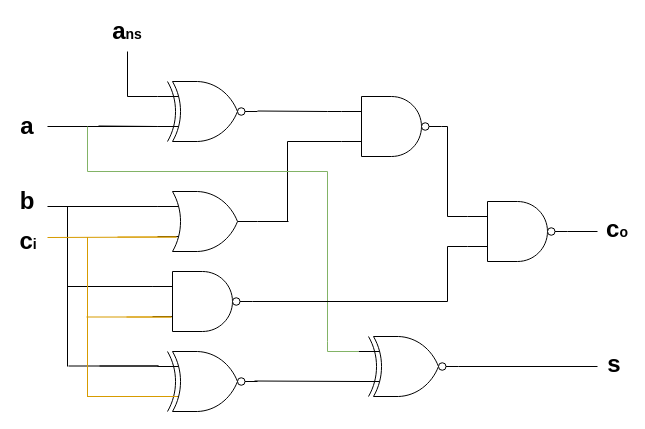
This is page "Page-3" (3 of 3) of Ex1/Mimushim.drawio from monty6400/NumEx1, a draw.io file, before an edit. Source tidied: cells renumbered, new cells numbered last; positions are measured from the earlier drawing's top-left corner, leaving out a move shared by most shapes. Both pictures are drawn from the tidied source at 100%, with x=0, y=0 at pixel (17, 21).
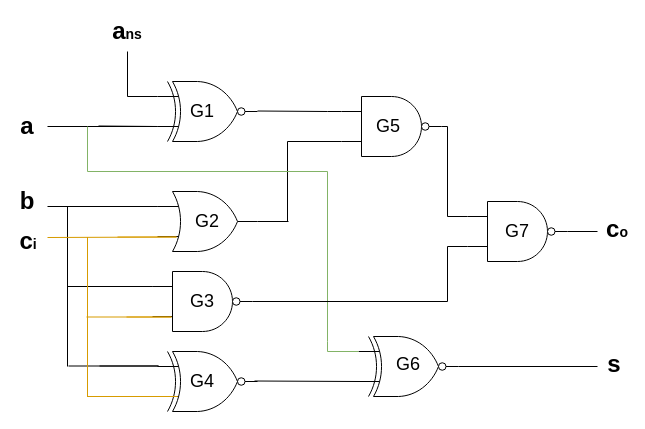
The same diagram, later.

Commit message:
Added gate names

The edit, as a diff of the source:
```diff
@@
+    <mxCell id="35" value="&lt;font style=&quot;font-size: 18px;&quot;&gt;G1&lt;/font&gt;" style="text;strokeColor=none;align=center;fillColor=none;html=1;verticalAlign=middle;whiteSpace=wrap;rounded=0;" parent="1" vertex="1">
+      <mxGeometry x="155" y="75" width="60" height="30" as="geometry" />
+    </mxCell>
+    <mxCell id="36" value="&lt;font style=&quot;font-size: 18px;&quot;&gt;G2&lt;/font&gt;" style="text;strokeColor=none;align=center;fillColor=none;html=1;verticalAlign=middle;whiteSpace=wrap;rounded=0;" parent="1" vertex="1">
+      <mxGeometry x="160" y="185" width="60" height="30" as="geometry" />
+    </mxCell>
+    <mxCell id="37" value="&lt;font style=&quot;font-size: 18px;&quot;&gt;G3&lt;/font&gt;" style="text;strokeColor=none;align=center;fillColor=none;html=1;verticalAlign=middle;whiteSpace=wrap;rounded=0;" parent="1" vertex="1">
+      <mxGeometry x="155" y="265" width="60" height="30" as="geometry" />
+    </mxCell>
+    <mxCell id="38" value="&lt;font style=&quot;font-size: 18px;&quot;&gt;G4&lt;br&gt;&lt;/font&gt;" style="text;strokeColor=none;align=center;fillColor=none;html=1;verticalAlign=middle;whiteSpace=wrap;rounded=0;" parent="1" vertex="1">
+      <mxGeometry x="155" y="345" width="60" height="30" as="geometry" />
+    </mxCell>
+    <mxCell id="39" value="&lt;font style=&quot;font-size: 18px;&quot;&gt;G5&lt;/font&gt;" style="text;strokeColor=none;align=center;fillColor=none;html=1;verticalAlign=middle;whiteSpace=wrap;rounded=0;" parent="1" vertex="1">
+      <mxGeometry x="341" y="90" width="60" height="30" as="geometry" />
+    </mxCell>
+    <mxCell id="40" value="&lt;font style=&quot;font-size: 18px;&quot;&gt;G6&lt;/font&gt;" style="text;strokeColor=none;align=center;fillColor=none;html=1;verticalAlign=middle;whiteSpace=wrap;rounded=0;" parent="1" vertex="1">
+      <mxGeometry x="361" y="328" width="60" height="30" as="geometry" />
+    </mxCell>
+    <mxCell id="41" value="&lt;font style=&quot;font-size: 18px;&quot;&gt;G7&lt;br&gt;&lt;/font&gt;" style="text;strokeColor=none;align=center;fillColor=none;html=1;verticalAlign=middle;whiteSpace=wrap;rounded=0;" parent="1" vertex="1">
+      <mxGeometry x="470" y="195" width="60" height="30" as="geometry" />
+    </mxCell>
```
